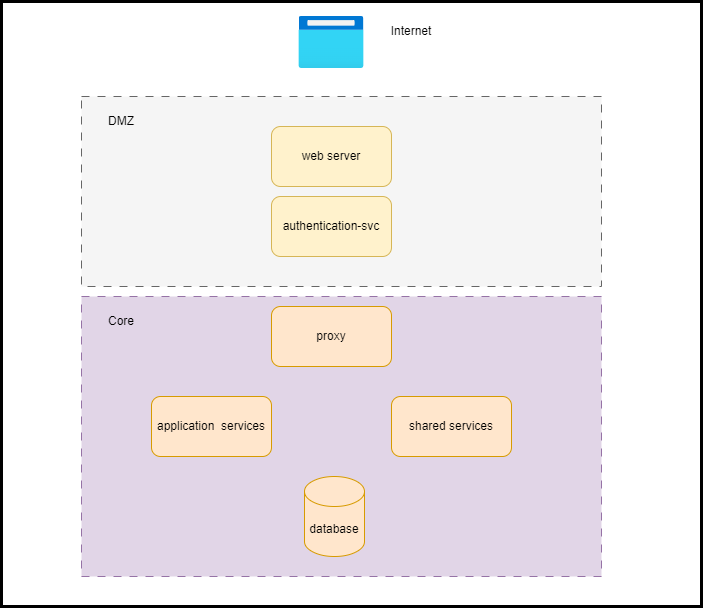
rphukan/msr-documentation keeps this draw.io diagram as assets/msr-components.png. Above is the earlier version. Source tidied: cells renumbered, new cells last; positions are measured from the earlier drawing's top-left corner, leaving out a move shared by most shapes.
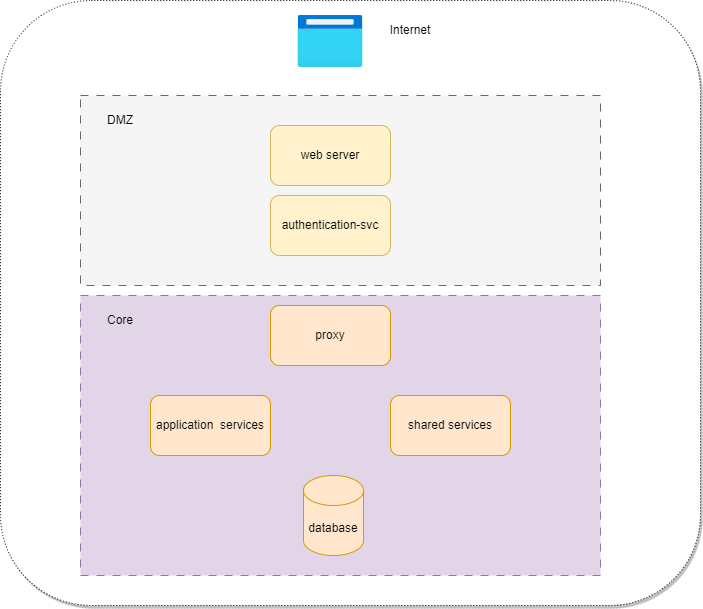
After the commit.

Change to the diagram source:
```diff
@@ -2,7 +2,7 @@
   <root>
     <mxCell id="0" />
     <mxCell id="1" parent="0" />
-    <mxCell id="2" style="rounded=0;whiteSpace=wrap;html=1;strokeWidth=3;" parent="1" vertex="1">
+    <mxCell id="2" style="rounded=1;whiteSpace=wrap;html=1;strokeWidth=1;dashed=1;dashPattern=1 2;glass=0;shadow=1;" parent="1" vertex="1">
       <mxGeometry width="700" height="605" as="geometry" />
     </mxCell>
     <mxCell id="3" style="rounded=0;whiteSpace=wrap;html=1;dashed=1;dashPattern=8 8;fillColor=#f5f5f5;fontColor=#333333;strokeColor=#666666;" parent="1" vertex="1">
```
